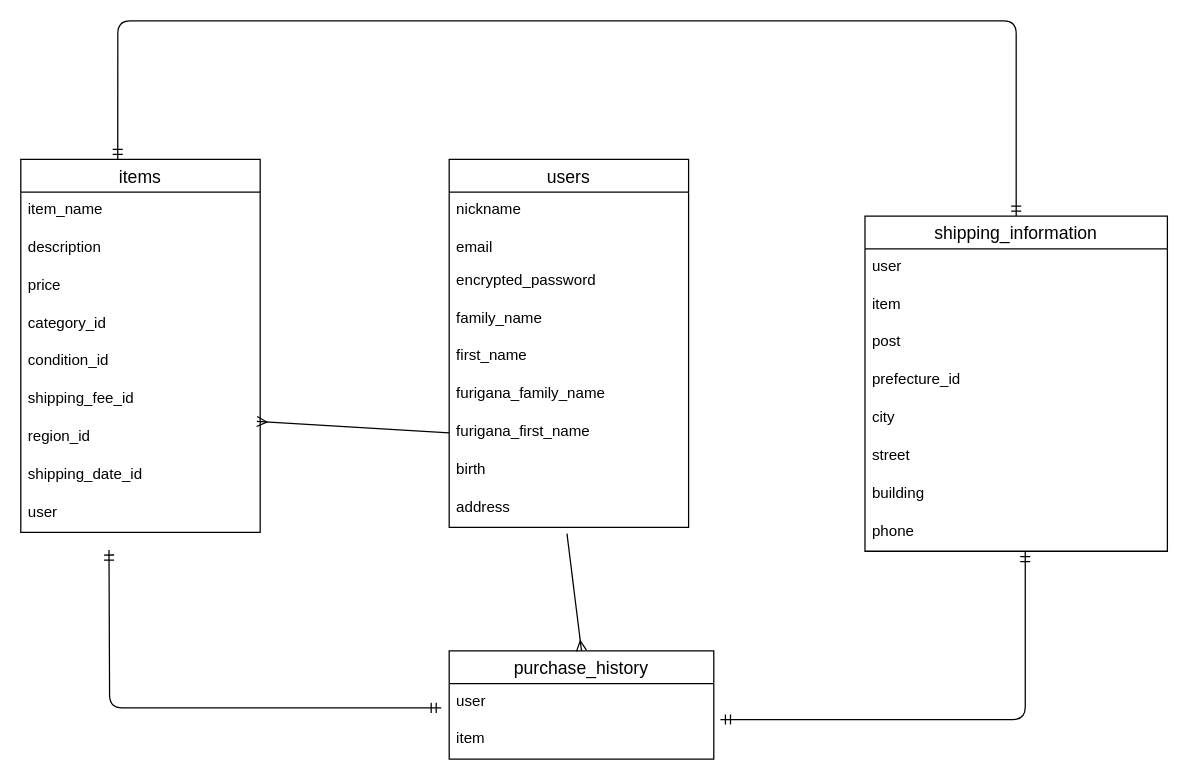
Before: test.dio in yamacode2013/furima-39750, a draw.io diagram. Source tidied: cells renumbered, new cells numbered last; positions are measured from the earlier drawing's top-left corner, leaving out a move shared by most shapes. Both pictures are drawn from the tidied source at 126%, with x=0, y=0 at pixel (20, 20).
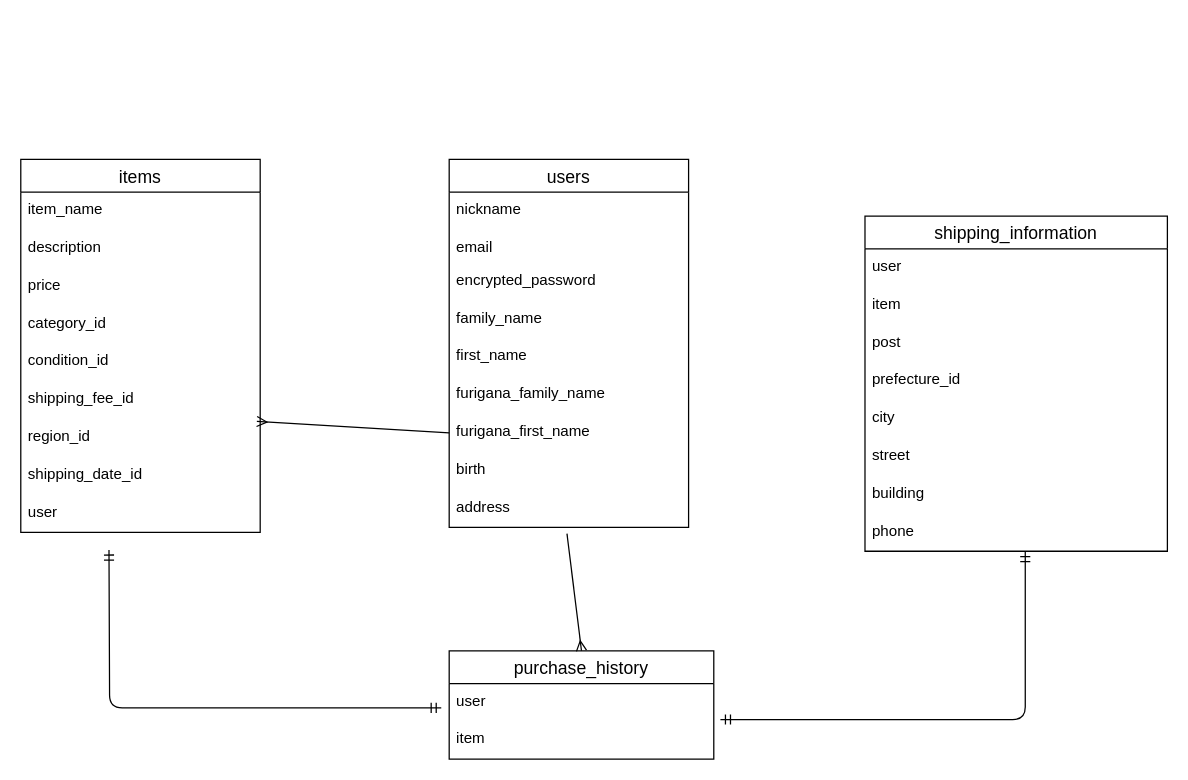
The same page after the edit.

Commit message (it also covers changes not shown here):
DB設計の修正⑤

The change refers to these unchanged cells:
```xml
<mxCell id="12" value="items" style="swimlane;fontStyle=0;horizontal=1;startSize=26;align=center;fontSize=14;" parent="1" vertex="1">
  <mxGeometry y="110" width="190" height="296" as="geometry" />
</mxCell>
<mxCell id="25" value="shipping_information" style="swimlane;fontStyle=0;horizontal=1;startSize=26;align=center;fontSize=14;" parent="1" vertex="1">
  <mxGeometry x="670" y="155" width="240" height="266" as="geometry" />
</mxCell>
```

Change to the diagram source:
```diff
@@
-    <mxCell id="35" style="edgeStyle=orthogonalEdgeStyle;fontSize=12;html=1;endArrow=ERmandOne;startArrow=ERmandOne;entryX=0.5;entryY=0;entryDx=0;entryDy=0;exitX=0.405;exitY=0;exitDx=0;exitDy=0;exitPerimeter=0;" parent="1" edge="1" source="12" target="25">
-      <mxGeometry relative="1" as="geometry">
-        <Array as="points">
-          <mxPoint x="77" />
-          <mxPoint x="790" />
-        </Array>
-      </mxGeometry>
-    </mxCell>
```
